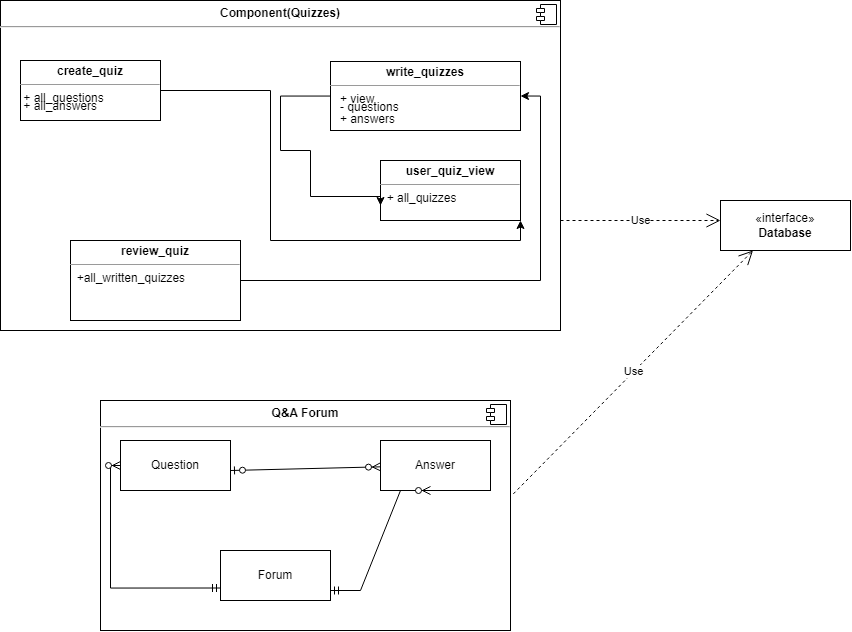
The draw.io diagram Documentation/Views/Sprint4ComponentDiagram.png in JayMphek18/Wits-Academy, before a commit. Source tidied: cells renumbered, new cells last; positions are measured from the earlier drawing's top-left corner, leaving out a move shared by most shapes.
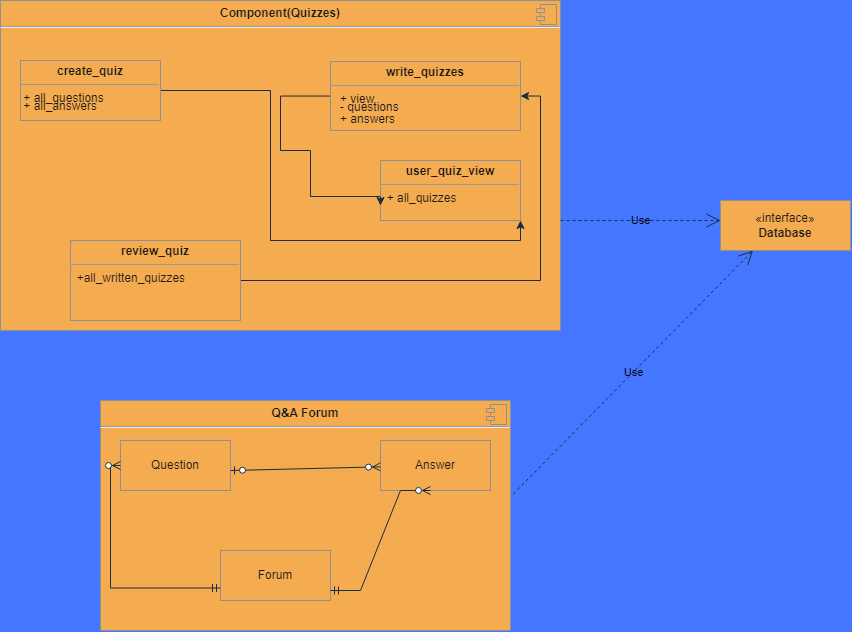
Later version of the same file.

Change to the diagram source:
```diff
@@ -1,31 +1,31 @@
-<mxGraphModel>
+<mxGraphModel background="#4576FF">
   <root>
     <mxCell id="0" />
     <mxCell id="1" parent="0" />
-    <mxCell id="2" value="&lt;p style=&quot;margin:0px;margin-top:6px;text-align:center;&quot;&gt;&lt;b&gt;Component(Quizzes)&lt;/b&gt;&lt;/p&gt;&lt;hr&gt;&lt;p style=&quot;margin:0px;margin-left:8px;&quot;&gt;&lt;br&gt;&lt;/p&gt;" style="align=left;overflow=fill;html=1;whiteSpace=wrap;" parent="1" vertex="1">
+    <mxCell id="2" value="&lt;p style=&quot;margin:0px;margin-top:6px;text-align:center;&quot;&gt;&lt;b&gt;Component(Quizzes)&lt;/b&gt;&lt;/p&gt;&lt;hr&gt;&lt;p style=&quot;margin:0px;margin-left:8px;&quot;&gt;&lt;br&gt;&lt;/p&gt;" style="align=left;overflow=fill;html=1;whiteSpace=wrap;labelBackgroundColor=none;fillColor=#F5AB50;strokeColor=#909090;fontColor=#1A1A1A;" parent="1" vertex="1">
       <mxGeometry width="560" height="330" as="geometry" />
     </mxCell>
-    <mxCell id="3" style="shape=component;jettyWidth=8;jettyHeight=4;" parent="2" vertex="1">
+    <mxCell id="3" style="shape=component;jettyWidth=8;jettyHeight=4;labelBackgroundColor=none;fillColor=#F5AB50;strokeColor=#909090;fontColor=#1A1A1A;" parent="2" vertex="1">
       <mxGeometry x="1" width="20" height="20" relative="1" as="geometry">
         <mxPoint x="-24" y="4" as="offset" />
       </mxGeometry>
     </mxCell>
-    <mxCell id="4" style="edgeStyle=orthogonalEdgeStyle;rounded=0;jettySize=auto;html=1;entryX=1;entryY=1;entryDx=0;entryDy=0;" parent="1" edge="1" source="5" target="8">
+    <mxCell id="4" style="edgeStyle=orthogonalEdgeStyle;rounded=0;jettySize=auto;html=1;entryX=1;entryY=1;entryDx=0;entryDy=0;labelBackgroundColor=none;strokeColor=#182E3E;fontColor=default;" parent="1" edge="1" source="5" target="8">
       <mxGeometry relative="1" as="geometry" />
     </mxCell>
-    <mxCell id="5" value="&lt;p style=&quot;margin:0px;margin-top:4px;text-align:center;&quot;&gt;&lt;b&gt;create_quiz&lt;/b&gt;&lt;/p&gt;&lt;hr size=&quot;1&quot;&gt;&lt;div style=&quot;height:2px;&quot;&gt;&amp;nbsp;+ all_questions&lt;/div&gt;&lt;div style=&quot;height:2px;&quot;&gt;&lt;br&gt;&lt;/div&gt;&lt;div style=&quot;height:2px;&quot;&gt;&lt;br&gt;&lt;/div&gt;&lt;div style=&quot;height:2px;&quot;&gt;&lt;br&gt;&lt;/div&gt;&lt;div style=&quot;height:2px;&quot;&gt;&amp;nbsp;+ all_answers&lt;/div&gt;" style="verticalAlign=top;align=left;overflow=fill;fontSize=12;fontFamily=Helvetica;html=1;whiteSpace=wrap;" parent="1" vertex="1">
+    <mxCell id="5" value="&lt;p style=&quot;margin:0px;margin-top:4px;text-align:center;&quot;&gt;&lt;b&gt;create_quiz&lt;/b&gt;&lt;/p&gt;&lt;hr size=&quot;1&quot;&gt;&lt;div style=&quot;height:2px;&quot;&gt;&amp;nbsp;+ all_questions&lt;/div&gt;&lt;div style=&quot;height:2px;&quot;&gt;&lt;br&gt;&lt;/div&gt;&lt;div style=&quot;height:2px;&quot;&gt;&lt;br&gt;&lt;/div&gt;&lt;div style=&quot;height:2px;&quot;&gt;&lt;br&gt;&lt;/div&gt;&lt;div style=&quot;height:2px;&quot;&gt;&amp;nbsp;+ all_answers&lt;/div&gt;" style="verticalAlign=top;align=left;overflow=fill;fontSize=12;fontFamily=Helvetica;html=1;whiteSpace=wrap;labelBackgroundColor=none;fillColor=#F5AB50;strokeColor=#909090;fontColor=#1A1A1A;" parent="1" vertex="1">
       <mxGeometry x="20" y="60" width="140" height="60" as="geometry" />
     </mxCell>
-    <mxCell id="6" style="edgeStyle=orthogonalEdgeStyle;rounded=0;jettySize=auto;html=1;entryX=1;entryY=0.5;entryDx=0;entryDy=0;" parent="1" edge="1" source="7" target="10">
+    <mxCell id="6" style="edgeStyle=orthogonalEdgeStyle;rounded=0;jettySize=auto;html=1;entryX=1;entryY=0.5;entryDx=0;entryDy=0;labelBackgroundColor=none;strokeColor=#182E3E;fontColor=default;" parent="1" edge="1" source="7" target="10">
       <mxGeometry relative="1" as="geometry" />
     </mxCell>
-    <mxCell id="7" value="&lt;p style=&quot;margin:0px;margin-top:4px;text-align:center;&quot;&gt;&lt;b&gt;review_quiz&lt;/b&gt;&lt;/p&gt;&lt;hr size=&quot;1&quot;&gt;&lt;div style=&quot;height:2px;&quot;&gt;&amp;nbsp; +all_written_quizzes&lt;/div&gt;" style="verticalAlign=top;align=left;overflow=fill;fontSize=12;fontFamily=Helvetica;html=1;whiteSpace=wrap;" parent="1" vertex="1">
+    <mxCell id="7" value="&lt;p style=&quot;margin:0px;margin-top:4px;text-align:center;&quot;&gt;&lt;b&gt;review_quiz&lt;/b&gt;&lt;/p&gt;&lt;hr size=&quot;1&quot;&gt;&lt;div style=&quot;height:2px;&quot;&gt;&amp;nbsp; +all_written_quizzes&lt;/div&gt;" style="verticalAlign=top;align=left;overflow=fill;fontSize=12;fontFamily=Helvetica;html=1;whiteSpace=wrap;labelBackgroundColor=none;fillColor=#F5AB50;strokeColor=#909090;fontColor=#1A1A1A;" parent="1" vertex="1">
       <mxGeometry x="70" y="240" width="170" height="80" as="geometry" />
     </mxCell>
-    <mxCell id="8" value="&lt;p style=&quot;margin:0px;margin-top:4px;text-align:center;&quot;&gt;&lt;b&gt;user_quiz_view&lt;/b&gt;&lt;/p&gt;&lt;hr size=&quot;1&quot;&gt;&lt;div style=&quot;height:2px;&quot;&gt;&amp;nbsp; + all_quizzes&lt;/div&gt;" style="verticalAlign=top;align=left;overflow=fill;fontSize=12;fontFamily=Helvetica;html=1;whiteSpace=wrap;" parent="1" vertex="1">
+    <mxCell id="8" value="&lt;p style=&quot;margin:0px;margin-top:4px;text-align:center;&quot;&gt;&lt;b&gt;user_quiz_view&lt;/b&gt;&lt;/p&gt;&lt;hr size=&quot;1&quot;&gt;&lt;div style=&quot;height:2px;&quot;&gt;&amp;nbsp; + all_quizzes&lt;/div&gt;" style="verticalAlign=top;align=left;overflow=fill;fontSize=12;fontFamily=Helvetica;html=1;whiteSpace=wrap;labelBackgroundColor=none;fillColor=#F5AB50;strokeColor=#909090;fontColor=#1A1A1A;" parent="1" vertex="1">
       <mxGeometry x="380" y="160" width="140" height="60" as="geometry" />
     </mxCell>
-    <mxCell id="9" style="edgeStyle=orthogonalEdgeStyle;rounded=0;jettySize=auto;html=1;entryX=0;entryY=0.75;entryDx=0;entryDy=0;" parent="1" edge="1" source="10" target="8">
+    <mxCell id="9" style="edgeStyle=orthogonalEdgeStyle;rounded=0;jettySize=auto;html=1;entryX=0;entryY=0.75;entryDx=0;entryDy=0;labelBackgroundColor=none;strokeColor=#182E3E;fontColor=default;" parent="1" edge="1" source="10" target="8">
       <mxGeometry relative="1" as="geometry">
         <Array as="points">
           <mxPoint x="280" y="96" />
@@ -35,50 +35,50 @@
         </Array>
       </mxGeometry>
     </mxCell>
-    <mxCell id="10" value="&lt;p style=&quot;margin:0px;margin-top:4px;text-align:center;&quot;&gt;&lt;b&gt;write_quizzes&lt;/b&gt;&lt;/p&gt;&lt;hr size=&quot;1&quot;&gt;&lt;div style=&quot;height:2px;&quot;&gt;&amp;nbsp; &amp;nbsp;+ view&lt;/div&gt;&lt;div style=&quot;height:2px;&quot;&gt;&lt;br&gt;&lt;/div&gt;&lt;div style=&quot;height:2px;&quot;&gt;&lt;br&gt;&lt;/div&gt;&lt;div style=&quot;height:2px;&quot;&gt;&lt;br&gt;&lt;/div&gt;&lt;div style=&quot;height:2px;&quot;&gt;&amp;nbsp; &amp;nbsp;- questions&lt;/div&gt;&lt;div style=&quot;height:2px;&quot;&gt;&lt;br&gt;&lt;/div&gt;&lt;div style=&quot;height:2px;&quot;&gt;&amp;nbsp;&amp;nbsp;&lt;/div&gt;&lt;div style=&quot;height:2px;&quot;&gt;&lt;br&gt;&lt;/div&gt;&lt;div style=&quot;height:2px;&quot;&gt;&lt;br&gt;&lt;/div&gt;&lt;div style=&quot;height:2px;&quot;&gt;&lt;br&gt;&lt;/div&gt;&lt;div style=&quot;height:2px;&quot;&gt;&amp;nbsp; &amp;nbsp;+ answers&lt;/div&gt;" style="verticalAlign=top;align=left;overflow=fill;fontSize=12;fontFamily=Helvetica;html=1;whiteSpace=wrap;" parent="1" vertex="1">
+    <mxCell id="10" value="&lt;p style=&quot;margin:0px;margin-top:4px;text-align:center;&quot;&gt;&lt;b&gt;write_quizzes&lt;/b&gt;&lt;/p&gt;&lt;hr size=&quot;1&quot;&gt;&lt;div style=&quot;height:2px;&quot;&gt;&amp;nbsp; &amp;nbsp;+ view&lt;/div&gt;&lt;div style=&quot;height:2px;&quot;&gt;&lt;br&gt;&lt;/div&gt;&lt;div style=&quot;height:2px;&quot;&gt;&lt;br&gt;&lt;/div&gt;&lt;div style=&quot;height:2px;&quot;&gt;&lt;br&gt;&lt;/div&gt;&lt;div style=&quot;height:2px;&quot;&gt;&amp;nbsp; &amp;nbsp;- questions&lt;/div&gt;&lt;div style=&quot;height:2px;&quot;&gt;&lt;br&gt;&lt;/div&gt;&lt;div style=&quot;height:2px;&quot;&gt;&amp;nbsp;&amp;nbsp;&lt;/div&gt;&lt;div style=&quot;height:2px;&quot;&gt;&lt;br&gt;&lt;/div&gt;&lt;div style=&quot;height:2px;&quot;&gt;&lt;br&gt;&lt;/div&gt;&lt;div style=&quot;height:2px;&quot;&gt;&lt;br&gt;&lt;/div&gt;&lt;div style=&quot;height:2px;&quot;&gt;&amp;nbsp; &amp;nbsp;+ answers&lt;/div&gt;" style="verticalAlign=top;align=left;overflow=fill;fontSize=12;fontFamily=Helvetica;html=1;whiteSpace=wrap;labelBackgroundColor=none;fillColor=#F5AB50;strokeColor=#909090;fontColor=#1A1A1A;" parent="1" vertex="1">
       <mxGeometry x="330" y="61" width="190" height="69" as="geometry" />
     </mxCell>
-    <mxCell id="11" value="«interface»&lt;br&gt;&lt;b&gt;Database&lt;/b&gt;" style="html=1;whiteSpace=wrap;" parent="1" vertex="1">
+    <mxCell id="11" value="«interface»&lt;br&gt;&lt;b&gt;Database&lt;/b&gt;" style="html=1;whiteSpace=wrap;labelBackgroundColor=none;fillColor=#F5AB50;strokeColor=#909090;fontColor=#1A1A1A;" parent="1" vertex="1">
       <mxGeometry x="720" y="200" width="130" height="50" as="geometry" />
     </mxCell>
-    <mxCell id="12" value="Use" style="endArrow=open;endSize=12;dashed=1;html=1;rounded=0;" parent="1" edge="1">
+    <mxCell id="12" value="Use" style="endArrow=open;endSize=12;dashed=1;html=1;rounded=0;labelBackgroundColor=none;strokeColor=#182E3E;fontColor=default;" parent="1" edge="1">
       <mxGeometry relative="1" as="geometry">
         <mxPoint x="560" y="220" as="sourcePoint" />
         <mxPoint x="720" y="220" as="targetPoint" />
       </mxGeometry>
     </mxCell>
-    <mxCell id="13" value="&lt;p style=&quot;margin:0px;margin-top:6px;text-align:center;&quot;&gt;&lt;b&gt;Q&amp;amp;A Forum&lt;/b&gt;&lt;/p&gt;&lt;hr&gt;&lt;p style=&quot;margin:0px;margin-left:8px;&quot;&gt;&lt;br&gt;&lt;/p&gt;" style="align=left;overflow=fill;html=1;whiteSpace=wrap;" parent="1" vertex="1">
+    <mxCell id="13" value="&lt;p style=&quot;margin:0px;margin-top:6px;text-align:center;&quot;&gt;&lt;b&gt;Q&amp;amp;A Forum&lt;/b&gt;&lt;/p&gt;&lt;hr&gt;&lt;p style=&quot;margin:0px;margin-left:8px;&quot;&gt;&lt;br&gt;&lt;/p&gt;" style="align=left;overflow=fill;html=1;whiteSpace=wrap;labelBackgroundColor=none;fillColor=#F5AB50;strokeColor=#909090;fontColor=#1A1A1A;" parent="1" vertex="1">
       <mxGeometry x="100" y="400" width="410" height="230" as="geometry" />
     </mxCell>
-    <mxCell id="14" style="shape=component;jettyWidth=8;jettyHeight=4;" parent="13" vertex="1">
+    <mxCell id="14" style="shape=component;jettyWidth=8;jettyHeight=4;labelBackgroundColor=none;fillColor=#F5AB50;strokeColor=#909090;fontColor=#1A1A1A;" parent="13" vertex="1">
       <mxGeometry x="1" width="20" height="20" relative="1" as="geometry">
         <mxPoint x="-24" y="4" as="offset" />
       </mxGeometry>
     </mxCell>
-    <mxCell id="15" value="Question" style="html=1;whiteSpace=wrap;" parent="1" vertex="1">
+    <mxCell id="15" value="Question" style="html=1;whiteSpace=wrap;labelBackgroundColor=none;fillColor=#F5AB50;strokeColor=#909090;fontColor=#1A1A1A;" parent="1" vertex="1">
       <mxGeometry x="120" y="440" width="110" height="50" as="geometry" />
     </mxCell>
-    <mxCell id="16" value="Answer" style="html=1;whiteSpace=wrap;" parent="1" vertex="1">
+    <mxCell id="16" value="Answer" style="html=1;whiteSpace=wrap;labelBackgroundColor=none;fillColor=#F5AB50;strokeColor=#909090;fontColor=#1A1A1A;" parent="1" vertex="1">
       <mxGeometry x="380" y="440" width="110" height="50" as="geometry" />
     </mxCell>
-    <mxCell id="17" value="Forum" style="html=1;whiteSpace=wrap;" parent="1" vertex="1">
+    <mxCell id="17" value="Forum" style="html=1;whiteSpace=wrap;labelBackgroundColor=none;fillColor=#F5AB50;strokeColor=#909090;fontColor=#1A1A1A;" parent="1" vertex="1">
       <mxGeometry x="220" y="550" width="110" height="50" as="geometry" />
     </mxCell>
-    <mxCell id="18" style="fontSize=12;html=1;endArrow=ERzeroToMany;startArrow=ERzeroToOne;rounded=0;" parent="1" edge="1" target="16">
+    <mxCell id="18" style="fontSize=12;html=1;endArrow=ERzeroToMany;startArrow=ERzeroToOne;rounded=0;labelBackgroundColor=none;strokeColor=#182E3E;fontColor=default;" parent="1" edge="1" target="16">
       <mxGeometry relative="1" as="geometry">
         <mxPoint x="230" y="470" as="sourcePoint" />
       </mxGeometry>
     </mxCell>
-    <mxCell id="19" style="edgeStyle=entityRelationEdgeStyle;fontSize=12;html=1;endArrow=ERzeroToMany;startArrow=ERmandOne;rounded=0;" parent="1" edge="1">
+    <mxCell id="19" style="edgeStyle=entityRelationEdgeStyle;fontSize=12;html=1;endArrow=ERzeroToMany;startArrow=ERmandOne;rounded=0;labelBackgroundColor=none;strokeColor=#182E3E;fontColor=default;" parent="1" edge="1">
       <mxGeometry relative="1" as="geometry">
         <mxPoint x="330" y="590" as="sourcePoint" />
         <mxPoint x="430" y="490" as="targetPoint" />
       </mxGeometry>
     </mxCell>
-    <mxCell id="20" style="edgeStyle=orthogonalEdgeStyle;fontSize=12;html=1;endArrow=ERzeroToMany;startArrow=ERmandOne;rounded=0;entryX=0;entryY=0.5;entryDx=0;entryDy=0;exitX=0;exitY=0.75;exitDx=0;exitDy=0;" parent="1" edge="1" source="17" target="15">
+    <mxCell id="20" style="edgeStyle=orthogonalEdgeStyle;fontSize=12;html=1;endArrow=ERzeroToMany;startArrow=ERmandOne;rounded=0;entryX=0;entryY=0.5;entryDx=0;entryDy=0;exitX=0;exitY=0.75;exitDx=0;exitDy=0;labelBackgroundColor=none;strokeColor=#182E3E;fontColor=default;" parent="1" edge="1" source="17" target="15">
       <mxGeometry relative="1" as="geometry" />
     </mxCell>
-    <mxCell id="21" value="Use" style="endArrow=open;endSize=12;dashed=1;html=1;rounded=0;exitX=1.007;exitY=0.406;exitDx=0;exitDy=0;exitPerimeter=0;entryX=0.25;entryY=1;entryDx=0;entryDy=0;" parent="1" edge="1" source="13" target="11">
+    <mxCell id="21" value="Use" style="endArrow=open;endSize=12;dashed=1;html=1;rounded=0;exitX=1.007;exitY=0.406;exitDx=0;exitDy=0;exitPerimeter=0;entryX=0.25;entryY=1;entryDx=0;entryDy=0;labelBackgroundColor=none;strokeColor=#182E3E;fontColor=default;" parent="1" edge="1" source="13" target="11">
       <mxGeometry relative="1" as="geometry" />
     </mxCell>
   </root>
```
